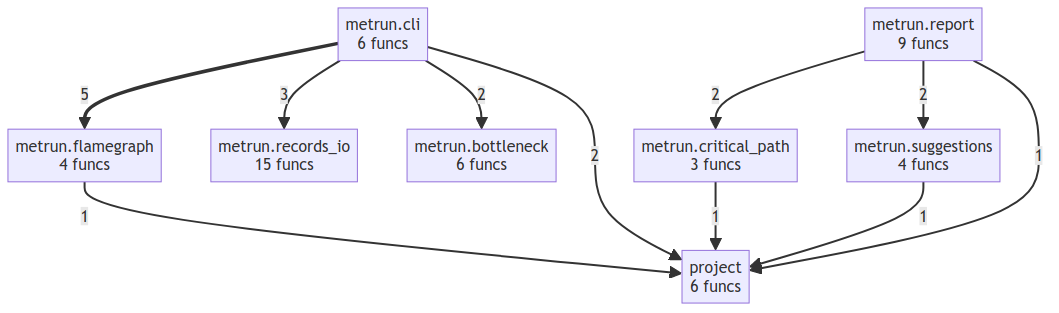
Earlier version of the Mermaid export project/compact_flow.png (semcod/metrun). Its source is kept beside it as project/compact_flow.mmd.
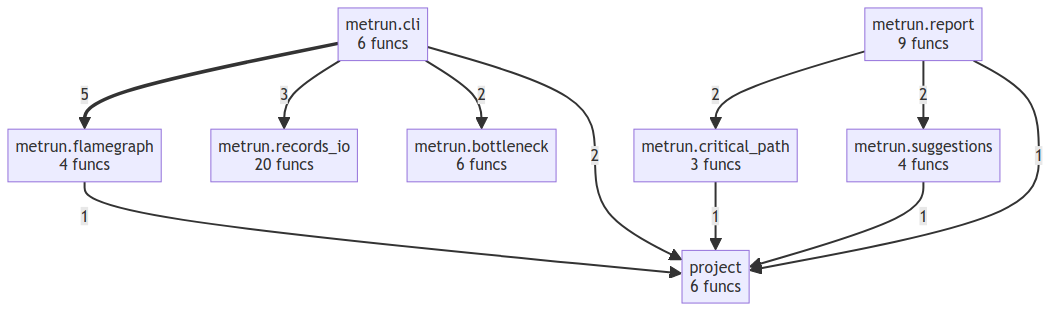
After the commit.

The edit, as a diff of the source:
```diff
@@ -3,7 +3,7 @@
     metrun__cli["metrun.cli<br/>6 funcs"]
     metrun__critical_path["metrun.critical_path<br/>3 funcs"]
     metrun__flamegraph["metrun.flamegraph<br/>4 funcs"]
-    metrun__records_io["metrun.records_io<br/>15 funcs"]
+    metrun__records_io["metrun.records_io<br/>20 funcs"]
     metrun__report["metrun.report<br/>9 funcs"]
     metrun__suggestions["metrun.suggestions<br/>4 funcs"]
     project["project<br/>6 funcs"]
@@ -15,5 +15,5 @@
     metrun__report -->|2| metrun__suggestions
     metrun__suggestions -->|1| project
     metrun__report -->|1| project
+    metrun__flamegraph -->|1| project
     metrun__critical_path -->|1| project
-    metrun__flamegraph -->|1| project
```
